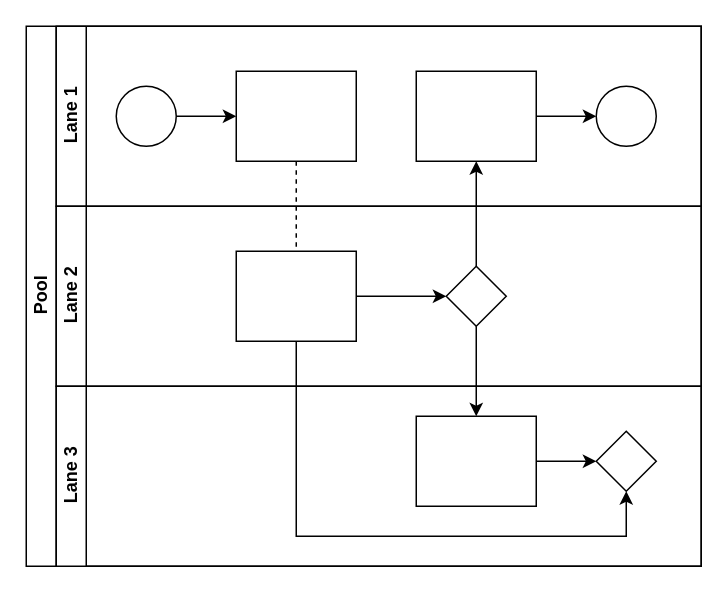
The draw.io diagram 未命名绘图.drawio in hongyuwen/hyw, before the edit. Source tidied: cells renumbered, new cells numbered last; positions are measured from the earlier drawing's top-left corner, leaving out a move shared by most shapes. Both pictures are drawn from the tidied source at 150%, with x=0, y=0 at pixel (26, 26).
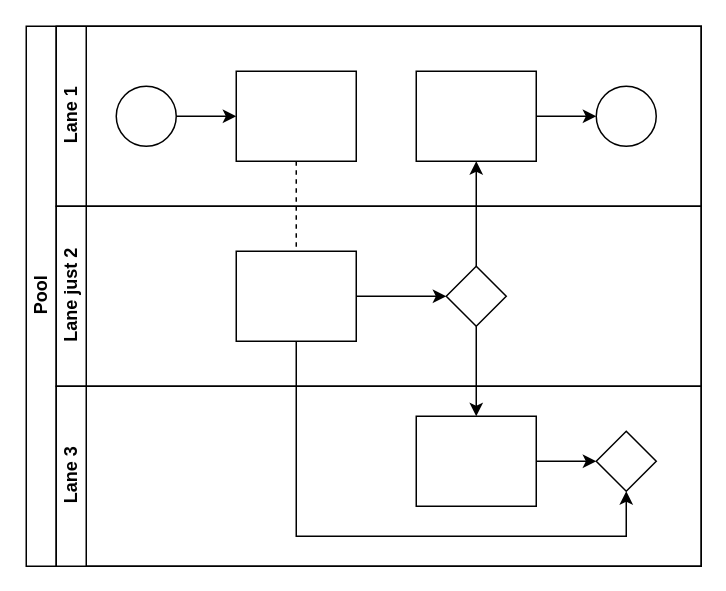
After the change.

The change refers to these unchanged cells:
```xml
<mxCell id="2" value="Pool" style="swimlane;html=1;horizontal=0;startSize=20;" parent="1" vertex="1">
  <mxGeometry width="450" height="360" as="geometry" />
</mxCell>
```

What changed in the source:
```diff
@@
-    <mxCell id="14" value="Lane 2" style="swimlane;html=1;startSize=20;horizontal=0;" parent="2" vertex="1">
+    <mxCell id="14" value="Lane just 2" style="swimlane;html=1;startSize=20;horizontal=0;" parent="2" vertex="1">
       <mxGeometry x="20" y="120" width="430" height="120" as="geometry" />
     </mxCell>
```
